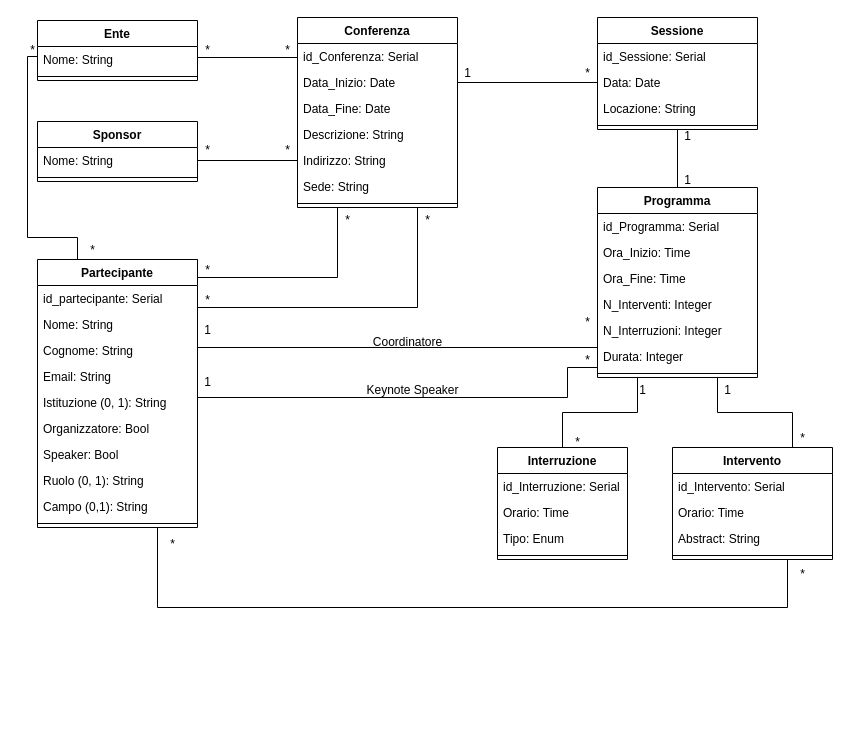
The draw.io diagram page "DiagrammaRistrutturato" (2 of 2) of UML-DB/Conferenze.drawio in LeoCucurachi/GestioneConferenze, before the edit. Source tidied: cells renumbered, new cells numbered last; positions are measured from the earlier drawing's top-left corner, leaving out a move shared by most shapes. Both pictures are drawn from the tidied source at 100%, with x=0, y=0 at pixel (17, 17).
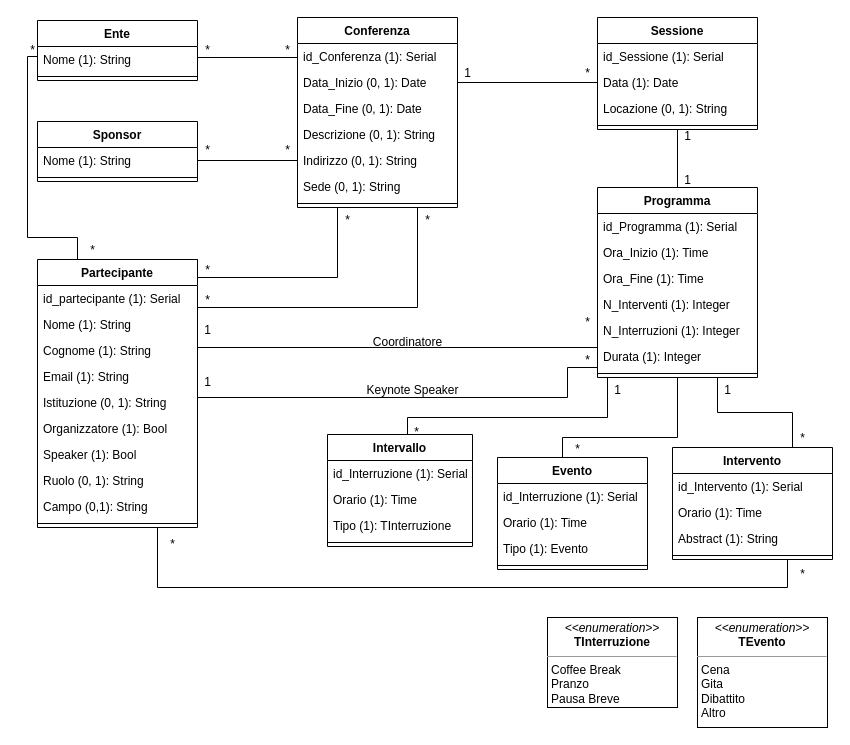
Above is the later version.

The change refers to these unchanged cells:
```xml
<mxCell id="2" value="Conferenza" style="swimlane;fontStyle=1;align=center;verticalAlign=top;horizontal=1;startSize=26;whiteSpace=wrap;html=1;" parent="1" vertex="1">
  <mxGeometry x="280" width="160" height="190" as="geometry" />
</mxCell>
<mxCell id="10" value="Ente" style="swimlane;fontStyle=1;align=center;verticalAlign=top;horizontal=1;startSize=26;whiteSpace=wrap;html=1;" parent="1" vertex="1">
  <mxGeometry x="20" y="3" width="160" height="60" as="geometry" />
</mxCell>
<mxCell id="13" value="Sponsor" style="swimlane;fontStyle=1;align=center;verticalAlign=top;horizontal=1;startSize=26;whiteSpace=wrap;html=1;" parent="1" vertex="1">
  <mxGeometry x="20" y="104" width="160" height="60" as="geometry" />
</mxCell>
<mxCell id="16" value="Partecipante" style="swimlane;fontStyle=1;align=center;verticalAlign=top;horizontal=1;startSize=26;whiteSpace=wrap;html=1;" parent="1" vertex="1">
  <mxGeometry x="20" y="242" width="160" height="268" as="geometry" />
</mxCell>
<mxCell id="30" value="Sessione" style="swimlane;fontStyle=1;align=center;verticalAlign=top;horizontal=1;startSize=26;whiteSpace=wrap;html=1;" parent="1" vertex="1">
  <mxGeometry x="580" width="160" height="112" as="geometry" />
</mxCell>
<mxCell id="35" value="Programma" style="swimlane;fontStyle=1;align=center;verticalAlign=top;horizontal=1;startSize=26;whiteSpace=wrap;html=1;" parent="1" vertex="1">
  <mxGeometry x="580" y="170" width="160" height="190" as="geometry" />
</mxCell>
<mxCell id="50" value="Intervento" style="swimlane;fontStyle=1;align=center;verticalAlign=top;horizontal=1;startSize=26;whiteSpace=wrap;html=1;" parent="1" vertex="1">
  <mxGeometry x="655" y="430" width="160" height="112" as="geometry" />
</mxCell>
```

Diff of the diagram source:
```diff
@@
-    <mxCell id="3" value="id_Conferenza: Serial" style="text;strokeColor=none;fillColor=none;align=left;verticalAlign=top;spacingLeft=4;spacingRight=4;overflow=hidden;points=[[0,0.5],[1,0.5]];portConstraint=eastwest;whiteSpace=wrap;html=1;" parent="2" vertex="1">
+    <mxCell id="3" value="id_Conferenza (1): Serial" style="text;strokeColor=none;fillColor=none;align=left;verticalAlign=top;spacingLeft=4;spacingRight=4;overflow=hidden;points=[[0,0.5],[1,0.5]];portConstraint=eastwest;whiteSpace=wrap;html=1;" parent="2" vertex="1">
       <mxGeometry y="26" width="160" height="26" as="geometry" />
     </mxCell>
-    <mxCell id="4" value="Data_Inizio: Date" style="text;strokeColor=none;fillColor=none;align=left;verticalAlign=top;spacingLeft=4;spacingRight=4;overflow=hidden;points=[[0,0.5],[1,0.5]];portConstraint=eastwest;whiteSpace=wrap;html=1;" parent="2" vertex="1">
+    <mxCell id="4" value="Data_Inizio (0, 1): Date" style="text;strokeColor=none;fillColor=none;align=left;verticalAlign=top;spacingLeft=4;spacingRight=4;overflow=hidden;points=[[0,0.5],[1,0.5]];portConstraint=eastwest;whiteSpace=wrap;html=1;" parent="2" vertex="1">
       <mxGeometry y="52" width="160" height="26" as="geometry" />
     </mxCell>
-    <mxCell id="5" value="Data_Fine: Date" style="text;strokeColor=none;fillColor=none;align=left;verticalAlign=top;spacingLeft=4;spacingRight=4;overflow=hidden;whiteSpace=wrap;html=1;" parent="2" vertex="1">
+    <mxCell id="5" value="Data_Fine (0, 1): Date" style="text;strokeColor=none;fillColor=none;align=left;verticalAlign=top;spacingLeft=4;spacingRight=4;overflow=hidden;whiteSpace=wrap;html=1;" parent="2" vertex="1">
       <mxGeometry y="78" width="160" height="26" as="geometry" />
     </mxCell>
-    <mxCell id="6" value="Descrizione: String" style="text;strokeColor=none;fillColor=none;align=left;verticalAlign=top;spacingLeft=4;spacingRight=4;overflow=hidden;whiteSpace=wrap;html=1;" parent="2" vertex="1">
+    <mxCell id="6" value="Descrizione (0, 1): String" style="text;strokeColor=none;fillColor=none;align=left;verticalAlign=top;spacingLeft=4;spacingRight=4;overflow=hidden;whiteSpace=wrap;html=1;" parent="2" vertex="1">
       <mxGeometry y="104" width="160" height="26" as="geometry" />
     </mxCell>
-    <mxCell id="7" value="Indirizzo: String" style="text;strokeColor=none;fillColor=none;align=left;verticalAlign=top;spacingLeft=4;spacingRight=4;overflow=hidden;whiteSpace=wrap;html=1;" parent="2" vertex="1">
+    <mxCell id="7" value="Indirizzo (0, 1): String" style="text;strokeColor=none;fillColor=none;align=left;verticalAlign=top;spacingLeft=4;spacingRight=4;overflow=hidden;whiteSpace=wrap;html=1;" parent="2" vertex="1">
       <mxGeometry y="130" width="160" height="26" as="geometry" />
     </mxCell>
-    <mxCell id="8" value="Sede: String" style="text;strokeColor=none;fillColor=none;align=left;verticalAlign=top;spacingLeft=4;spacingRight=4;overflow=hidden;points=[[0,0.5],[1,0.5]];portConstraint=eastwest;whiteSpace=wrap;html=1;" parent="2" vertex="1">
+    <mxCell id="8" value="Sede (0, 1): String" style="text;strokeColor=none;fillColor=none;align=left;verticalAlign=top;spacingLeft=4;spacingRight=4;overflow=hidden;points=[[0,0.5],[1,0.5]];portConstraint=eastwest;whiteSpace=wrap;html=1;" parent="2" vertex="1">
       <mxGeometry y="156" width="160" height="26" as="geometry" />
     </mxCell>
@@
-    <mxCell id="11" value="Nome: String" style="text;strokeColor=none;fillColor=none;align=left;verticalAlign=top;spacingLeft=4;spacingRight=4;overflow=hidden;points=[[0,0.5],[1,0.5]];portConstraint=eastwest;whiteSpace=wrap;html=1;" parent="10" vertex="1">
+    <mxCell id="11" value="Nome (1): String" style="text;strokeColor=none;fillColor=none;align=left;verticalAlign=top;spacingLeft=4;spacingRight=4;overflow=hidden;points=[[0,0.5],[1,0.5]];portConstraint=eastwest;whiteSpace=wrap;html=1;" parent="10" vertex="1">
       <mxGeometry y="26" width="160" height="26" as="geometry" />
     </mxCell>
@@
-    <mxCell id="14" value="Nome: String" style="text;strokeColor=none;fillColor=none;align=left;verticalAlign=top;spacingLeft=4;spacingRight=4;overflow=hidden;points=[[0,0.5],[1,0.5]];portConstraint=eastwest;whiteSpace=wrap;html=1;" parent="13" vertex="1">
+    <mxCell id="14" value="Nome (1): String" style="text;strokeColor=none;fillColor=none;align=left;verticalAlign=top;spacingLeft=4;spacingRight=4;overflow=hidden;points=[[0,0.5],[1,0.5]];portConstraint=eastwest;whiteSpace=wrap;html=1;" parent="13" vertex="1">
       <mxGeometry y="26" width="160" height="26" as="geometry" />
     </mxCell>
@@
-    <mxCell id="17" value="id_partecipante: Serial" style="text;strokeColor=none;fillColor=none;align=left;verticalAlign=top;spacingLeft=4;spacingRight=4;overflow=hidden;whiteSpace=wrap;html=1;" parent="16" vertex="1">
+    <mxCell id="17" value="id_partecipante (1): Serial" style="text;strokeColor=none;fillColor=none;align=left;verticalAlign=top;spacingLeft=4;spacingRight=4;overflow=hidden;whiteSpace=wrap;html=1;" parent="16" vertex="1">
       <mxGeometry y="26" width="160" height="26" as="geometry" />
     </mxCell>
-    <mxCell id="18" value="Nome: String" style="text;strokeColor=none;fillColor=none;align=left;verticalAlign=top;spacingLeft=4;spacingRight=4;overflow=hidden;points=[[0,0.5],[1,0.5]];portConstraint=eastwest;whiteSpace=wrap;html=1;" parent="16" vertex="1">
+    <mxCell id="18" value="Nome (1): String" style="text;strokeColor=none;fillColor=none;align=left;verticalAlign=top;spacingLeft=4;spacingRight=4;overflow=hidden;points=[[0,0.5],[1,0.5]];portConstraint=eastwest;whiteSpace=wrap;html=1;" parent="16" vertex="1">
       <mxGeometry y="52" width="160" height="26" as="geometry" />
     </mxCell>
-    <mxCell id="19" value="Cognome: String" style="text;strokeColor=none;fillColor=none;align=left;verticalAlign=top;spacingLeft=4;spacingRight=4;overflow=hidden;whiteSpace=wrap;html=1;" parent="16" vertex="1">
+    <mxCell id="19" value="Cognome (1): String" style="text;strokeColor=none;fillColor=none;align=left;verticalAlign=top;spacingLeft=4;spacingRight=4;overflow=hidden;whiteSpace=wrap;html=1;" parent="16" vertex="1">
       <mxGeometry y="78" width="160" height="26" as="geometry" />
     </mxCell>
-    <mxCell id="20" value="Email: String" style="text;strokeColor=none;fillColor=none;align=left;verticalAlign=top;spacingLeft=4;spacingRight=4;overflow=hidden;points=[[0,0.5],[1,0.5]];portConstraint=eastwest;whiteSpace=wrap;html=1;" parent="16" vertex="1">
+    <mxCell id="20" value="Email (1): String" style="text;strokeColor=none;fillColor=none;align=left;verticalAlign=top;spacingLeft=4;spacingRight=4;overflow=hidden;points=[[0,0.5],[1,0.5]];portConstraint=eastwest;whiteSpace=wrap;html=1;" parent="16" vertex="1">
       <mxGeometry y="104" width="160" height="26" as="geometry" />
     </mxCell>
@@
-    <mxCell id="22" value="Organizzatore: Bool" style="text;strokeColor=none;fillColor=none;align=left;verticalAlign=top;spacingLeft=4;spacingRight=4;overflow=hidden;points=[[0,0.5],[1,0.5]];portConstraint=eastwest;whiteSpace=wrap;html=1;" parent="16" vertex="1">
+    <mxCell id="22" value="Organizzatore (1): Bool" style="text;strokeColor=none;fillColor=none;align=left;verticalAlign=top;spacingLeft=4;spacingRight=4;overflow=hidden;points=[[0,0.5],[1,0.5]];portConstraint=eastwest;whiteSpace=wrap;html=1;" parent="16" vertex="1">
       <mxGeometry y="156" width="160" height="26" as="geometry" />
     </mxCell>
-    <mxCell id="23" value="Speaker: Bool" style="text;strokeColor=none;fillColor=none;align=left;verticalAlign=top;spacingLeft=4;spacingRight=4;overflow=hidden;whiteSpace=wrap;html=1;" parent="16" vertex="1">
+    <mxCell id="23" value="Speaker (1): Bool" style="text;strokeColor=none;fillColor=none;align=left;verticalAlign=top;spacingLeft=4;spacingRight=4;overflow=hidden;whiteSpace=wrap;html=1;" parent="16" vertex="1">
       <mxGeometry y="182" width="160" height="26" as="geometry" />
     </mxCell>
@@
     <mxCell id="27" style="edgeStyle=orthogonalEdgeStyle;rounded=0;jettySize=auto;html=1;exitX=0.75;exitY=1;exitDx=0;exitDy=0;entryX=0.75;entryY=1;entryDx=0;entryDy=0;endArrow=none;endFill=0;" parent="1" edge="1" source="16" target="50">
       <mxGeometry relative="1" as="geometry">
         <Array as="points">
-          <mxPoint x="140" y="590" />
-          <mxPoint x="770" y="590" />
+          <mxPoint x="140" y="570" />
+          <mxPoint x="770" y="570" />
           <mxPoint x="770" y="542" />
         </Array>
       </mxGeometry>
     </mxCell>
@@
-    <mxCell id="31" value="id_Sessione: Serial" style="text;strokeColor=none;fillColor=none;align=left;verticalAlign=top;spacingLeft=4;spacingRight=4;overflow=hidden;whiteSpace=wrap;html=1;" parent="30" vertex="1">
+    <mxCell id="31" value="id_Sessione (1): Serial" style="text;strokeColor=none;fillColor=none;align=left;verticalAlign=top;spacingLeft=4;spacingRight=4;overflow=hidden;whiteSpace=wrap;html=1;" parent="30" vertex="1">
       <mxGeometry y="26" width="160" height="26" as="geometry" />
     </mxCell>
-    <mxCell id="32" value="Data: Date" style="text;strokeColor=none;fillColor=none;align=left;verticalAlign=top;spacingLeft=4;spacingRight=4;overflow=hidden;points=[[0,0.5],[1,0.5]];portConstraint=eastwest;whiteSpace=wrap;html=1;" parent="30" vertex="1">
+    <mxCell id="32" value="Data (1): Date" style="text;strokeColor=none;fillColor=none;align=left;verticalAlign=top;spacingLeft=4;spacingRight=4;overflow=hidden;points=[[0,0.5],[1,0.5]];portConstraint=eastwest;whiteSpace=wrap;html=1;" parent="30" vertex="1">
       <mxGeometry y="52" width="160" height="26" as="geometry" />
     </mxCell>
-    <mxCell id="33" value="Locazione: String" style="text;strokeColor=none;fillColor=none;align=left;verticalAlign=top;spacingLeft=4;spacingRight=4;overflow=hidden;whiteSpace=wrap;html=1;" parent="30" vertex="1">
+    <mxCell id="33" value="Locazione (0, 1): String" style="text;strokeColor=none;fillColor=none;align=left;verticalAlign=top;spacingLeft=4;spacingRight=4;overflow=hidden;whiteSpace=wrap;html=1;" parent="30" vertex="1">
       <mxGeometry y="78" width="160" height="26" as="geometry" />
     </mxCell>
@@
-    <mxCell id="36" value="id_Programma: Serial" style="text;strokeColor=none;fillColor=none;align=left;verticalAlign=top;spacingLeft=4;spacingRight=4;overflow=hidden;whiteSpace=wrap;html=1;" parent="35" vertex="1">
+    <mxCell id="36" value="id_Programma (1): Serial" style="text;strokeColor=none;fillColor=none;align=left;verticalAlign=top;spacingLeft=4;spacingRight=4;overflow=hidden;whiteSpace=wrap;html=1;" parent="35" vertex="1">
       <mxGeometry y="26" width="160" height="26" as="geometry" />
     </mxCell>
-    <mxCell id="37" value="Ora_Inizio: Time" style="text;strokeColor=none;fillColor=none;align=left;verticalAlign=top;spacingLeft=4;spacingRight=4;overflow=hidden;whiteSpace=wrap;html=1;" parent="35" vertex="1">
+    <mxCell id="37" value="Ora_Inizio (1): Time" style="text;strokeColor=none;fillColor=none;align=left;verticalAlign=top;spacingLeft=4;spacingRight=4;overflow=hidden;whiteSpace=wrap;html=1;" parent="35" vertex="1">
       <mxGeometry y="52" width="160" height="26" as="geometry" />
     </mxCell>
-    <mxCell id="38" value="Ora_Fine: Time" style="text;strokeColor=none;fillColor=none;align=left;verticalAlign=top;spacingLeft=4;spacingRight=4;overflow=hidden;points=[[0,0.5],[1,0.5]];portConstraint=eastwest;whiteSpace=wrap;html=1;" parent="35" vertex="1">
+    <mxCell id="38" value="Ora_Fine (1): Time" style="text;strokeColor=none;fillColor=none;align=left;verticalAlign=top;spacingLeft=4;spacingRight=4;overflow=hidden;points=[[0,0.5],[1,0.5]];portConstraint=eastwest;whiteSpace=wrap;html=1;" parent="35" vertex="1">
       <mxGeometry y="78" width="160" height="26" as="geometry" />
     </mxCell>
-    <mxCell id="39" value="N_Interventi: Integer" style="text;strokeColor=none;fillColor=none;align=left;verticalAlign=top;spacingLeft=4;spacingRight=4;overflow=hidden;whiteSpace=wrap;html=1;" parent="35" vertex="1">
+    <mxCell id="39" value="N_Interventi (1): Integer" style="text;strokeColor=none;fillColor=none;align=left;verticalAlign=top;spacingLeft=4;spacingRight=4;overflow=hidden;whiteSpace=wrap;html=1;" parent="35" vertex="1">
       <mxGeometry y="104" width="160" height="26" as="geometry" />
     </mxCell>
-    <mxCell id="40" value="N_Interruzioni: Integer" style="text;strokeColor=none;fillColor=none;align=left;verticalAlign=top;spacingLeft=4;spacingRight=4;overflow=hidden;whiteSpace=wrap;html=1;" parent="35" vertex="1">
+    <mxCell id="40" value="N_Interruzioni (1): Integer" style="text;strokeColor=none;fillColor=none;align=left;verticalAlign=top;spacingLeft=4;spacingRight=4;overflow=hidden;whiteSpace=wrap;html=1;" parent="35" vertex="1">
       <mxGeometry y="130" width="160" height="26" as="geometry" />
     </mxCell>
-    <mxCell id="41" value="Durata: Integer" style="text;strokeColor=none;fillColor=none;align=left;verticalAlign=top;spacingLeft=4;spacingRight=4;overflow=hidden;points=[[0,0.5],[1,0.5]];portConstraint=eastwest;whiteSpace=wrap;html=1;" parent="35" vertex="1">
+    <mxCell id="41" value="Durata (1): Integer" style="text;strokeColor=none;fillColor=none;align=left;verticalAlign=top;spacingLeft=4;spacingRight=4;overflow=hidden;points=[[0,0.5],[1,0.5]];portConstraint=eastwest;whiteSpace=wrap;html=1;" parent="35" vertex="1">
       <mxGeometry y="156" width="160" height="26" as="geometry" />
     </mxCell>
@@
     <mxCell id="43" style="edgeStyle=orthogonalEdgeStyle;rounded=0;jettySize=auto;html=1;exitX=0.5;exitY=0;exitDx=0;exitDy=0;entryX=0.25;entryY=1;entryDx=0;entryDy=0;endArrow=none;endFill=0;" parent="1" edge="1" source="44" target="35">
-      <mxGeometry relative="1" as="geometry" />
+      <mxGeometry relative="1" as="geometry">
+        <Array as="points">
+          <mxPoint x="390" y="400" />
+          <mxPoint x="590" y="400" />
+          <mxPoint x="590" y="360" />
+        </Array>
+      </mxGeometry>
     </mxCell>
-    <mxCell id="44" value="Interruzione" style="swimlane;fontStyle=1;align=center;verticalAlign=top;horizontal=1;startSize=26;whiteSpace=wrap;html=1;" parent="1" vertex="1">
-      <mxGeometry x="480" y="430" width="130" height="112" as="geometry" />
+    <mxCell id="44" value="Intervallo" style="swimlane;fontStyle=1;align=center;verticalAlign=top;horizontal=1;startSize=26;whiteSpace=wrap;html=1;" parent="1" vertex="1">
+      <mxGeometry x="310" y="417" width="145" height="112" as="geometry" />
     </mxCell>
-    <mxCell id="45" value="id_Interruzione: Serial" style="text;strokeColor=none;fillColor=none;align=left;verticalAlign=top;spacingLeft=4;spacingRight=4;overflow=hidden;whiteSpace=wrap;html=1;" parent="44" vertex="1">
-      <mxGeometry y="26" width="130" height="26" as="geometry" />
+    <mxCell id="45" value="id_Interruzione (1): Serial" style="text;strokeColor=none;fillColor=none;align=left;verticalAlign=top;spacingLeft=4;spacingRight=4;overflow=hidden;whiteSpace=wrap;html=1;" parent="44" vertex="1">
+      <mxGeometry y="26" width="145" height="26" as="geometry" />
     </mxCell>
-    <mxCell id="46" value="Orario: Time" style="text;strokeColor=none;fillColor=none;align=left;verticalAlign=top;spacingLeft=4;spacingRight=4;overflow=hidden;whiteSpace=wrap;html=1;" parent="44" vertex="1">
-      <mxGeometry y="52" width="130" height="26" as="geometry" />
+    <mxCell id="46" value="Orario (1): Time" style="text;strokeColor=none;fillColor=none;align=left;verticalAlign=top;spacingLeft=4;spacingRight=4;overflow=hidden;whiteSpace=wrap;html=1;" parent="44" vertex="1">
+      <mxGeometry y="52" width="145" height="26" as="geometry" />
     </mxCell>
-    <mxCell id="47" value="Tipo: Enum" style="text;strokeColor=none;fillColor=none;align=left;verticalAlign=top;spacingLeft=4;spacingRight=4;overflow=hidden;whiteSpace=wrap;html=1;" parent="44" vertex="1">
-      <mxGeometry y="78" width="130" height="26" as="geometry" />
+    <mxCell id="47" value="Tipo (1): TInterruzione" style="text;strokeColor=none;fillColor=none;align=left;verticalAlign=top;spacingLeft=4;spacingRight=4;overflow=hidden;whiteSpace=wrap;html=1;" parent="44" vertex="1">
+      <mxGeometry y="78" width="145" height="26" as="geometry" />
     </mxCell>
     <mxCell id="48" style="line;strokeWidth=1;fillColor=none;align=left;verticalAlign=middle;spacingTop=-1;spacingLeft=3;spacingRight=3;labelPosition=right;strokeColor=inherit;" parent="44" vertex="1">
-      <mxGeometry y="104" width="130" height="8" as="geometry" />
+      <mxGeometry y="104" width="145" height="8" as="geometry" />
     </mxCell>
@@
-    <mxCell id="51" value="id_Intervento: Serial" style="text;strokeColor=none;fillColor=none;align=left;verticalAlign=top;spacingLeft=4;spacingRight=4;overflow=hidden;whiteSpace=wrap;html=1;" parent="50" vertex="1">
+    <mxCell id="51" value="id_Intervento (1): Serial" style="text;strokeColor=none;fillColor=none;align=left;verticalAlign=top;spacingLeft=4;spacingRight=4;overflow=hidden;whiteSpace=wrap;html=1;" parent="50" vertex="1">
       <mxGeometry y="26" width="160" height="26" as="geometry" />
     </mxCell>
-    <mxCell id="52" value="Orario: Time" style="text;strokeColor=none;fillColor=none;align=left;verticalAlign=top;spacingLeft=4;spacingRight=4;overflow=hidden;whiteSpace=wrap;html=1;" parent="50" vertex="1">
+    <mxCell id="52" value="Orario (1): Time" style="text;strokeColor=none;fillColor=none;align=left;verticalAlign=top;spacingLeft=4;spacingRight=4;overflow=hidden;whiteSpace=wrap;html=1;" parent="50" vertex="1">
       <mxGeometry y="52" width="160" height="26" as="geometry" />
     </mxCell>
-    <mxCell id="53" value="Abstract: String" style="text;strokeColor=none;fillColor=none;align=left;verticalAlign=top;spacingLeft=4;spacingRight=4;overflow=hidden;whiteSpace=wrap;html=1;" parent="50" vertex="1">
+    <mxCell id="53" value="Abstract (1): String" style="text;strokeColor=none;fillColor=none;align=left;verticalAlign=top;spacingLeft=4;spacingRight=4;overflow=hidden;whiteSpace=wrap;html=1;" parent="50" vertex="1">
       <mxGeometry y="78" width="160" height="26" as="geometry" />
     </mxCell>
@@
     <mxCell id="82" value="1" style="text;html=1;align=center;verticalAlign=middle;strokeColor=none;fillColor=none;" parent="1" vertex="1">
-      <mxGeometry x="610" y="358" width="30" height="30" as="geometry" />
+      <mxGeometry x="585" y="358" width="30" height="30" as="geometry" />
     </mxCell>
     <mxCell id="83" value="*" style="text;html=1;align=center;verticalAlign=middle;strokeColor=none;fillColor=none;" parent="1" vertex="1">
-      <mxGeometry x="545" y="410" width="30" height="30" as="geometry" />
+      <mxGeometry x="384" y="400" width="30" height="30" as="geometry" />
     </mxCell>
@@
+    <mxCell id="88" value="&lt;p style=&quot;margin:0px;margin-top:4px;text-align:center;&quot;&gt;&lt;i&gt;&amp;lt;&amp;lt;enumeration&amp;gt;&amp;gt;&lt;/i&gt;&lt;br&gt;&lt;b&gt;TInterruzione&lt;/b&gt;&lt;br&gt;&lt;/p&gt;&lt;hr size=&quot;1&quot;&gt;&lt;p style=&quot;margin:0px;margin-left:4px;&quot;&gt;Coffee Break&lt;/p&gt;&lt;p style=&quot;margin:0px;margin-left:4px;&quot;&gt;Pranzo&lt;/p&gt;&lt;p style=&quot;margin:0px;margin-left:4px;&quot;&gt;Pausa Breve&lt;/p&gt;" style="verticalAlign=top;align=left;overflow=fill;fontSize=12;fontFamily=Helvetica;html=1;whiteSpace=wrap;" parent="1" vertex="1">
+      <mxGeometry x="530" y="600" width="130" height="90" as="geometry" />
+    </mxCell>
+    <mxCell id="89" value="&lt;p style=&quot;margin:0px;margin-top:4px;text-align:center;&quot;&gt;&lt;i&gt;&amp;lt;&amp;lt;enumeration&amp;gt;&amp;gt;&lt;/i&gt;&lt;br&gt;&lt;b&gt;TEvento&lt;/b&gt;&lt;br&gt;&lt;/p&gt;&lt;hr size=&quot;1&quot;&gt;&lt;p style=&quot;margin:0px;margin-left:4px;&quot;&gt;Cena&lt;/p&gt;&lt;p style=&quot;margin:0px;margin-left:4px;&quot;&gt;Gita&lt;/p&gt;&lt;p style=&quot;margin:0px;margin-left:4px;&quot;&gt;Dibattito&lt;/p&gt;&lt;p style=&quot;margin:0px;margin-left:4px;&quot;&gt;Altro&lt;/p&gt;" style="verticalAlign=top;align=left;overflow=fill;fontSize=12;fontFamily=Helvetica;html=1;whiteSpace=wrap;" parent="1" vertex="1">
+      <mxGeometry x="680" y="600" width="130" height="110" as="geometry" />
+    </mxCell>
+    <mxCell id="90" style="edgeStyle=orthogonalEdgeStyle;rounded=0;jettySize=auto;html=1;exitX=0.5;exitY=0;exitDx=0;exitDy=0;entryX=0.5;entryY=1;entryDx=0;entryDy=0;endArrow=none;endFill=0;" parent="1" edge="1" source="91" target="35">
+      <mxGeometry relative="1" as="geometry">
+        <Array as="points">
+          <mxPoint x="545" y="420" />
+          <mxPoint x="660" y="420" />
+        </Array>
+      </mxGeometry>
+    </mxCell>
+    <mxCell id="91" value="Evento" style="swimlane;fontStyle=1;align=center;verticalAlign=top;horizontal=1;startSize=26;whiteSpace=wrap;html=1;" parent="1" vertex="1">
+      <mxGeometry x="480" y="440" width="150" height="112" as="geometry" />
+    </mxCell>
+    <mxCell id="92" value="id_Interruzione (1): Serial" style="text;strokeColor=none;fillColor=none;align=left;verticalAlign=top;spacingLeft=4;spacingRight=4;overflow=hidden;whiteSpace=wrap;html=1;" parent="91" vertex="1">
+      <mxGeometry y="26" width="150" height="26" as="geometry" />
+    </mxCell>
+    <mxCell id="93" value="Orario (1): Time" style="text;strokeColor=none;fillColor=none;align=left;verticalAlign=top;spacingLeft=4;spacingRight=4;overflow=hidden;whiteSpace=wrap;html=1;" parent="91" vertex="1">
+      <mxGeometry y="52" width="150" height="26" as="geometry" />
+    </mxCell>
+    <mxCell id="94" value="Tipo (1): Evento" style="text;strokeColor=none;fillColor=none;align=left;verticalAlign=top;spacingLeft=4;spacingRight=4;overflow=hidden;whiteSpace=wrap;html=1;" parent="91" vertex="1">
+      <mxGeometry y="78" width="150" height="26" as="geometry" />
+    </mxCell>
+    <mxCell id="95" style="line;strokeWidth=1;fillColor=none;align=left;verticalAlign=middle;spacingTop=-1;spacingLeft=3;spacingRight=3;labelPosition=right;strokeColor=inherit;" parent="91" vertex="1">
+      <mxGeometry y="104" width="150" height="8" as="geometry" />
+    </mxCell>
+    <mxCell id="96" value="*" style="text;html=1;align=center;verticalAlign=middle;strokeColor=none;fillColor=none;" parent="1" vertex="1">
+      <mxGeometry x="545" y="417" width="30" height="30" as="geometry" />
+    </mxCell>
```
